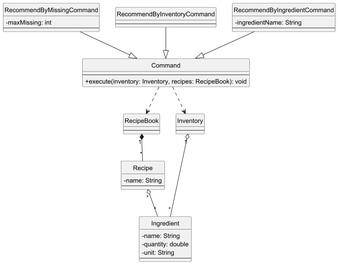
Before: docs/team/RecommendClassDiagram.png, a diagram exported from PlantUML (kohtzerui/tp). Its diagram source:
```plantuml
@startuml
scale 4
hide circle
skinparam classAttributeIconSize 0

class Command {
    --
    + execute(inventory: Inventory, recipes: RecipeBook): void
}

class RecommendByIngredientCommand {
    - ingredientName: String
    --
}

class RecommendByInventoryCommand {
    --
}

class RecommendByMissingCommand {
    - maxMissing: int
    --
}

class Inventory {
    --
}

class RecipeBook {
    --
}

class Ingredient {
    - name: String
    - quantity: double
    - unit: String
    --
}

class Recipe {
    - name: String
    --
}

together {
    class RecommendByIngredientCommand
    class RecommendByInventoryCommand
    class RecommendByMissingCommand
}

RecommendByIngredientCommand -[hidden]-> Inventory
RecommendByMissingCommand -[hidden]-> RecipeBook

RecommendByIngredientCommand --|> Command
RecommendByInventoryCommand --|> Command
RecommendByMissingCommand --|> Command

Command ..> Inventory
Command ..> RecipeBook

Inventory "1" o-- "*" Ingredient
RecipeBook "1" *-- "*" Recipe
Recipe "*" o-- "*" Ingredient

@enduml
```
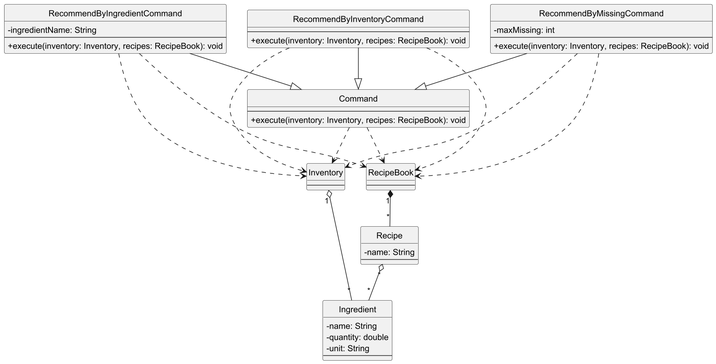
After the commit.

Commit message:
Improve CD quality

Change to the diagram source:
```diff
@@ -3,23 +3,26 @@
 hide circle
 skinparam classAttributeIconSize 0
 
-class Command {
+class RecommendByIngredientCommand {
+    - ingredientName: String
     --
     + execute(inventory: Inventory, recipes: RecipeBook): void
 }
 
-class RecommendByIngredientCommand {
-    - ingredientName: String
-    --
-}
-
 class RecommendByInventoryCommand {
     --
+    + execute(inventory: Inventory, recipes: RecipeBook): void
 }
 
 class RecommendByMissingCommand {
     - maxMissing: int
     --
+    + execute(inventory: Inventory, recipes: RecipeBook): void
+}
+
+class Command {
+    --
+    + execute(inventory: Inventory, recipes: RecipeBook): void
 }
 
 class Inventory {
@@ -48,15 +51,23 @@
     class RecommendByMissingCommand
 }
 
-RecommendByIngredientCommand -[hidden]-> Inventory
-RecommendByMissingCommand -[hidden]-> RecipeBook
+together {
+    class Inventory
+    class RecipeBook
+}
 
-RecommendByIngredientCommand --|> Command
-RecommendByInventoryCommand --|> Command
-RecommendByMissingCommand --|> Command
+RecommendByIngredientCommand -down-|> Command
+RecommendByInventoryCommand -down-|> Command
+RecommendByMissingCommand -down-|> Command
 
 Command ..> Inventory
 Command ..> RecipeBook
+RecommendByIngredientCommand ..> Inventory
+RecommendByInventoryCommand ..> Inventory
+RecommendByInventoryCommand ..> RecipeBook
+RecommendByMissingCommand ..> RecipeBook
+RecommendByIngredientCommand ..> RecipeBook
+RecommendByMissingCommand ..> Inventory
 
 Inventory "1" o-- "*" Ingredient
 RecipeBook "1" *-- "*" Recipe
```
